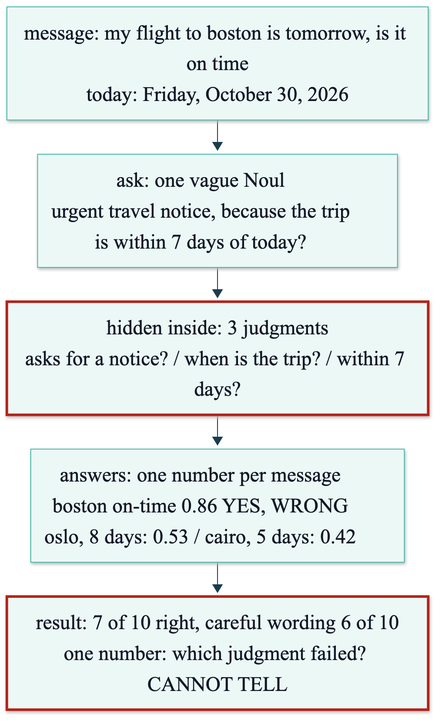
Above: course/diagrams/module_02/p1-problem-vague-question.png in axel-sirota/getting_started_jev (Mermaid), before the change. Its source is kept beside it as course/diagrams/module_02/p1-problem-vague-question.mmd.
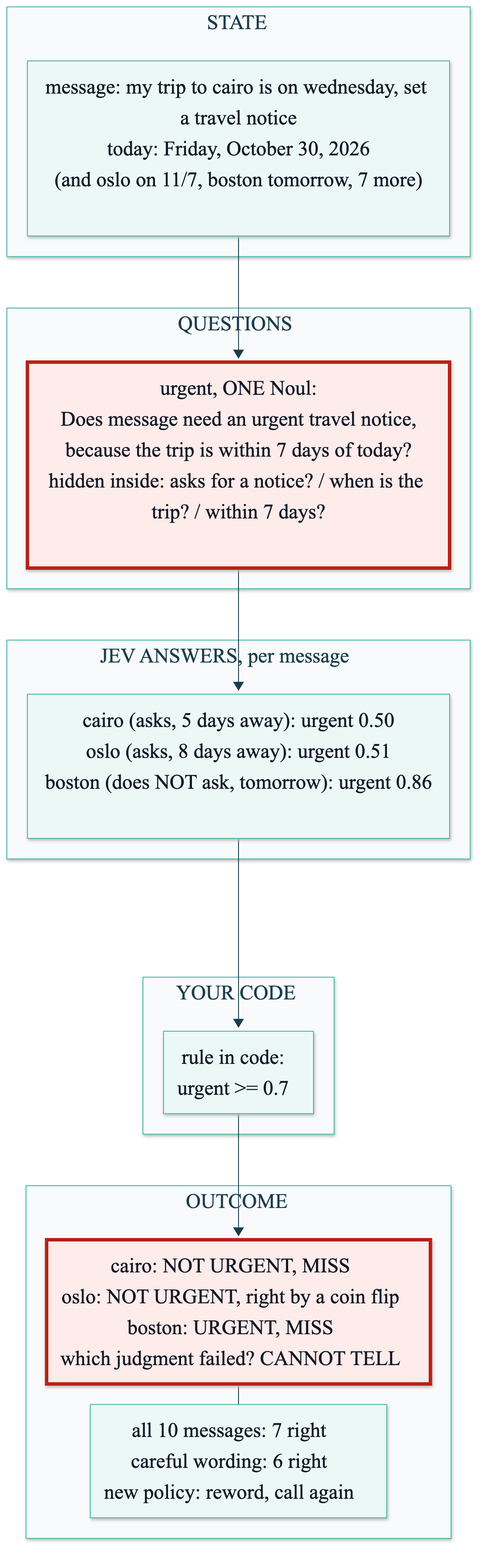
The same file after the commit.

What changed in the source:
```diff
@@ -1,8 +1,26 @@
 %%{init: {"theme": "base", "themeVariables": {"fontFamily": "Inter, sans-serif", "primaryColor": "#ECF8F6", "primaryBorderColor": "#40B8A6", "primaryTextColor": "#111827", "lineColor": "#1A3D4D", "secondaryColor": "#F9FAFB", "tertiaryColor": "#FFFFFF", "clusterBkg": "#F9FAFB", "clusterBorder": "#D1D5DB", "actorBkg": "#ECF8F6", "actorBorder": "#40B8A6", "noteBkgColor": "#FFF6DA", "noteBorderColor": "#E0B84C"}}}%%
 flowchart TD
-  M["message: my flight to boston is tomorrow, is it on time<br/>today: Friday, October 30, 2026"] --> Q["ask: one vague Noul<br/>urgent travel notice, because the trip<br/>is within 7 days of today?"]
-  Q --> H["hidden inside: 3 judgments<br/>asks for a notice? / when is the trip? / within 7 days?"]
-  H --> A["answers: one number per message<br/>boston on-time 0.86 YES, WRONG<br/>oslo, 8 days: 0.53 / cairo, 5 days: 0.42"]
-  A --> X["result: 7 of 10 right, careful wording 6 of 10<br/>one number: which judgment failed? CANNOT TELL"]
-  style H stroke:#B42318,stroke-width:3px
-  style X stroke:#B42318,stroke-width:3px
+  subgraph STATE["STATE"]
+    S["message: my trip to cairo is on wednesday, set a travel notice<br/>today: Friday, October 30, 2026<br/>(and oslo on 11/7, boston tomorrow, 7 more)"]
+  end
+  subgraph QUESTIONS["QUESTIONS"]
+    Q["urgent, ONE Noul:<br/>Does message need an urgent travel notice,<br/>because the trip is within 7 days of today?<br/>hidden inside: asks for a notice? / when is the trip? / within 7 days?"]
+  end
+  subgraph ANSWERS["JEV ANSWERS, per message"]
+    A["cairo (asks, 5 days away): urgent 0.50<br/>oslo (asks, 8 days away): urgent 0.51<br/>boston (does NOT ask, tomorrow): urgent 0.86"]
+  end
+  subgraph CODE["YOUR CODE"]
+    C["rule in code:<br/>urgent >= 0.7"]
+  end
+  subgraph OUTCOME["OUTCOME"]
+    O["cairo: NOT URGENT, MISS<br/>oslo: NOT URGENT, right by a coin flip<br/>boston: URGENT, MISS<br/>which judgment failed? CANNOT TELL"]
+    R["all 10 messages: 7 right<br/>careful wording: 6 right<br/>new policy: reword, call again"]
+  end
+  S --> Q --> A --> C --> O
+  O --- R
+
+  classDef fail fill:#FDECEA,stroke:#B42318,stroke-width:4px
+  classDef changed fill:#D5F2EC,stroke:#1A3D4D,stroke-width:4px
+  classDef ok fill:#ECF8F6,stroke:#1A3D4D,stroke-width:3px
+  class Q fail
+  class O fail
```
